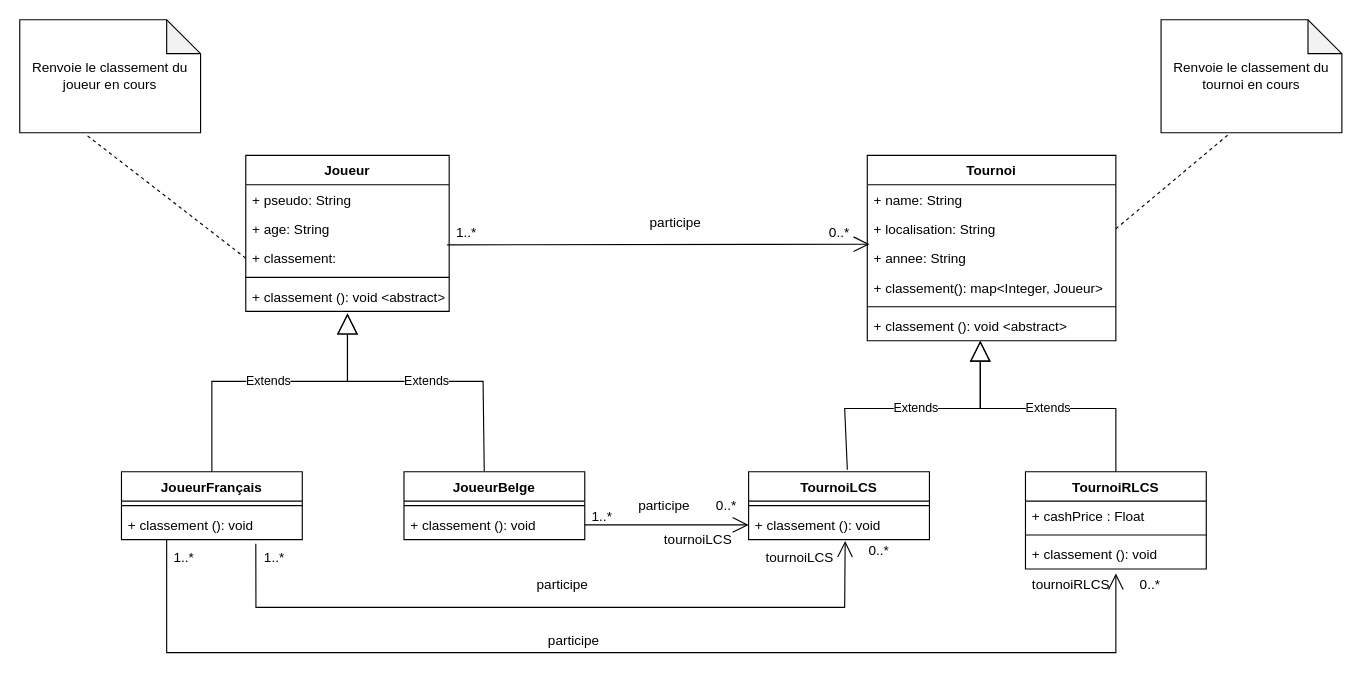
Before: refactoredDiagram/RefactoredDiagram.drawio in Beauget/HAI916I_TP_UML_Refactoring, a draw.io diagram. Source tidied: cells renumbered, new cells numbered last; positions are measured from the earlier drawing's top-left corner, leaving out a move shared by most shapes. Both pictures are drawn from the tidied source at 113%, with x=0, y=0 at pixel (19, 19).
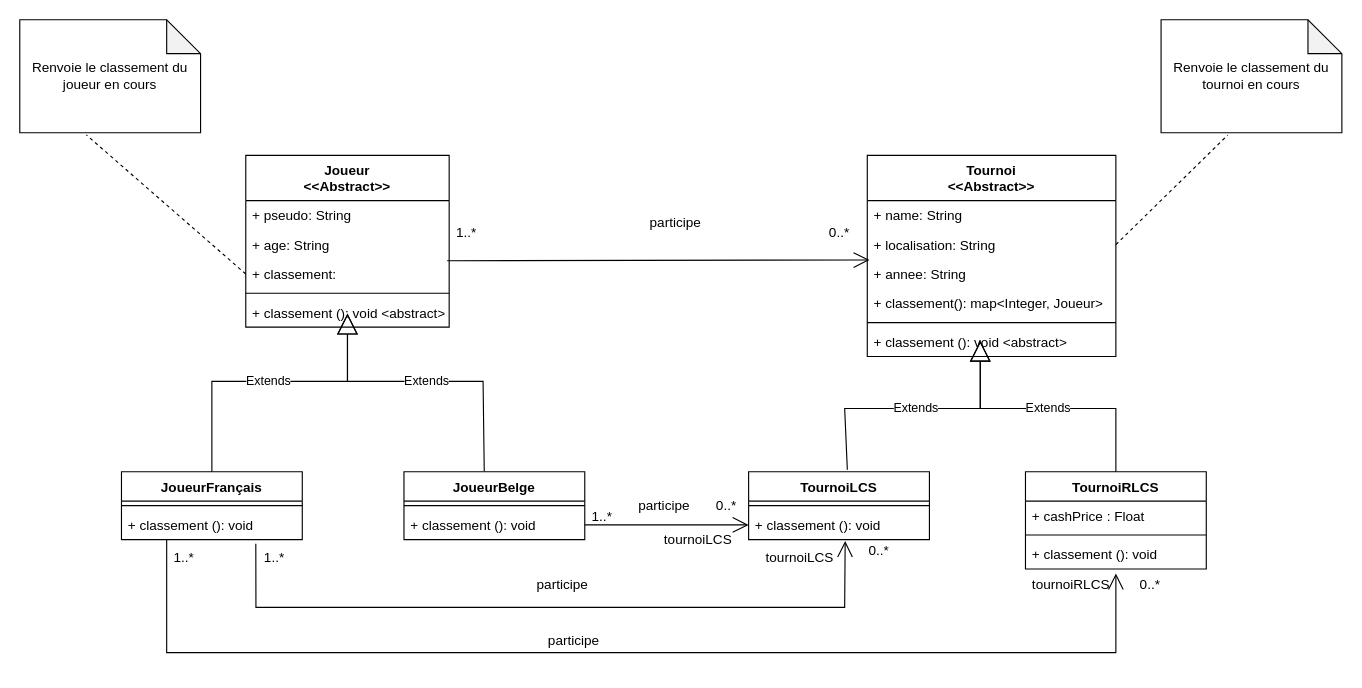
The same page after the edit.

Commit message (it also covers changes not shown here):
update des diagrammes refactorer

What changed in the source:
```diff
@@
-    <mxCell id="2" value="Joueur" style="swimlane;fontStyle=1;align=center;verticalAlign=top;horizontal=1;startSize=26;" parent="1" vertex="1">
-      <mxGeometry x="200" y="120" width="180" height="138" as="geometry" />
+    <mxCell id="2" value="Joueur&#10;&lt;&lt;Abstract&gt;&gt;" style="swimlane;fontStyle=1;align=center;verticalAlign=top;horizontal=1;startSize=40;" parent="1" vertex="1">
+      <mxGeometry x="200" y="120" width="180" height="152" as="geometry" />
     </mxCell>
     <mxCell id="3" value="+ pseudo: String" style="text;strokeColor=none;fillColor=none;align=left;verticalAlign=top;spacingLeft=4;spacingRight=4;overflow=hidden;" parent="2" vertex="1">
-      <mxGeometry y="26" width="180" height="26" as="geometry" />
+      <mxGeometry y="40" width="180" height="26" as="geometry" />
     </mxCell>
     <mxCell id="4" value="+ age: String" style="text;strokeColor=none;fillColor=none;align=left;verticalAlign=top;spacingLeft=4;spacingRight=4;overflow=hidden;" parent="2" vertex="1">
-      <mxGeometry y="52" width="180" height="26" as="geometry" />
+      <mxGeometry y="66" width="180" height="26" as="geometry" />
     </mxCell>
     <mxCell id="5" value="+ classement: " style="text;strokeColor=none;fillColor=none;align=left;verticalAlign=top;spacingLeft=4;spacingRight=4;overflow=hidden;points=[[0,0.5],[1,0.5]];portConstraint=eastwest;" parent="2" vertex="1">
-      <mxGeometry y="78" width="180" height="26" as="geometry" />
+      <mxGeometry y="92" width="180" height="26" as="geometry" />
     </mxCell>
     <mxCell id="6" style="line;strokeWidth=1;fillColor=none;align=left;verticalAlign=middle;spacingTop=-1;spacingLeft=3;spacingRight=3;labelPosition=right;" parent="2" vertex="1">
-      <mxGeometry y="104" width="180" height="8" as="geometry" />
+      <mxGeometry y="118" width="180" height="8" as="geometry" />
     </mxCell>
     <mxCell id="7" value="+ classement (): void &lt;abstract&gt;" style="text;strokeColor=none;fillColor=none;align=left;verticalAlign=top;spacingLeft=4;spacingRight=4;overflow=hidden;" parent="2" vertex="1">
-      <mxGeometry y="112" width="180" height="26" as="geometry" />
+      <mxGeometry y="126" width="180" height="26" as="geometry" />
     </mxCell>
@@
-    <mxCell id="15" value="Tournoi" style="swimlane;fontStyle=1;align=center;verticalAlign=top;horizontal=1;startSize=26;" parent="1" vertex="1">
-      <mxGeometry x="750" y="120" width="220" height="164" as="geometry" />
+    <mxCell id="15" value="Tournoi&#10;&lt;&lt;Abstract&gt;&gt;" style="swimlane;fontStyle=1;align=center;verticalAlign=top;horizontal=1;startSize=40;" parent="1" vertex="1">
+      <mxGeometry x="750" y="120" width="220" height="178" as="geometry" />
     </mxCell>
     <mxCell id="16" value="+ name: String" style="text;strokeColor=none;fillColor=none;align=left;verticalAlign=top;spacingLeft=4;spacingRight=4;overflow=hidden;" parent="15" vertex="1">
-      <mxGeometry y="26" width="220" height="26" as="geometry" />
+      <mxGeometry y="40" width="220" height="26" as="geometry" />
     </mxCell>
     <mxCell id="17" value="+ localisation: String " style="text;strokeColor=none;fillColor=none;align=left;verticalAlign=top;spacingLeft=4;spacingRight=4;overflow=hidden;points=[[0,0.5],[1,0.5]];portConstraint=eastwest;" parent="15" vertex="1">
-      <mxGeometry y="52" width="220" height="26" as="geometry" />
+      <mxGeometry y="66" width="220" height="26" as="geometry" />
     </mxCell>
     <mxCell id="18" value="+ annee: String" style="text;strokeColor=none;fillColor=none;align=left;verticalAlign=top;spacingLeft=4;spacingRight=4;overflow=hidden;points=[[0,0.5],[1,0.5]];portConstraint=eastwest;" parent="15" vertex="1">
-      <mxGeometry y="78" width="220" height="26" as="geometry" />
+      <mxGeometry y="92" width="220" height="26" as="geometry" />
     </mxCell>
     <mxCell id="19" value="+ classement(): map&lt;Integer, Joueur&gt;" style="text;strokeColor=none;fillColor=none;align=left;verticalAlign=top;spacingLeft=4;spacingRight=4;overflow=hidden;" parent="15" vertex="1">
-      <mxGeometry y="104" width="220" height="26" as="geometry" />
+      <mxGeometry y="118" width="220" height="26" as="geometry" />
     </mxCell>
     <mxCell id="20" style="line;strokeWidth=1;fillColor=none;align=left;verticalAlign=middle;spacingTop=-1;spacingLeft=3;spacingRight=3;labelPosition=right;" parent="15" vertex="1">
-      <mxGeometry y="130" width="220" height="8" as="geometry" />
+      <mxGeometry y="144" width="220" height="8" as="geometry" />
     </mxCell>
     <mxCell id="21" value="+ classement (): void &lt;abstract&gt;" style="text;strokeColor=none;fillColor=none;align=left;verticalAlign=top;spacingLeft=4;spacingRight=4;overflow=hidden;" parent="15" vertex="1">
-      <mxGeometry y="138" width="220" height="26" as="geometry" />
+      <mxGeometry y="152" width="220" height="26" as="geometry" />
     </mxCell>
```
